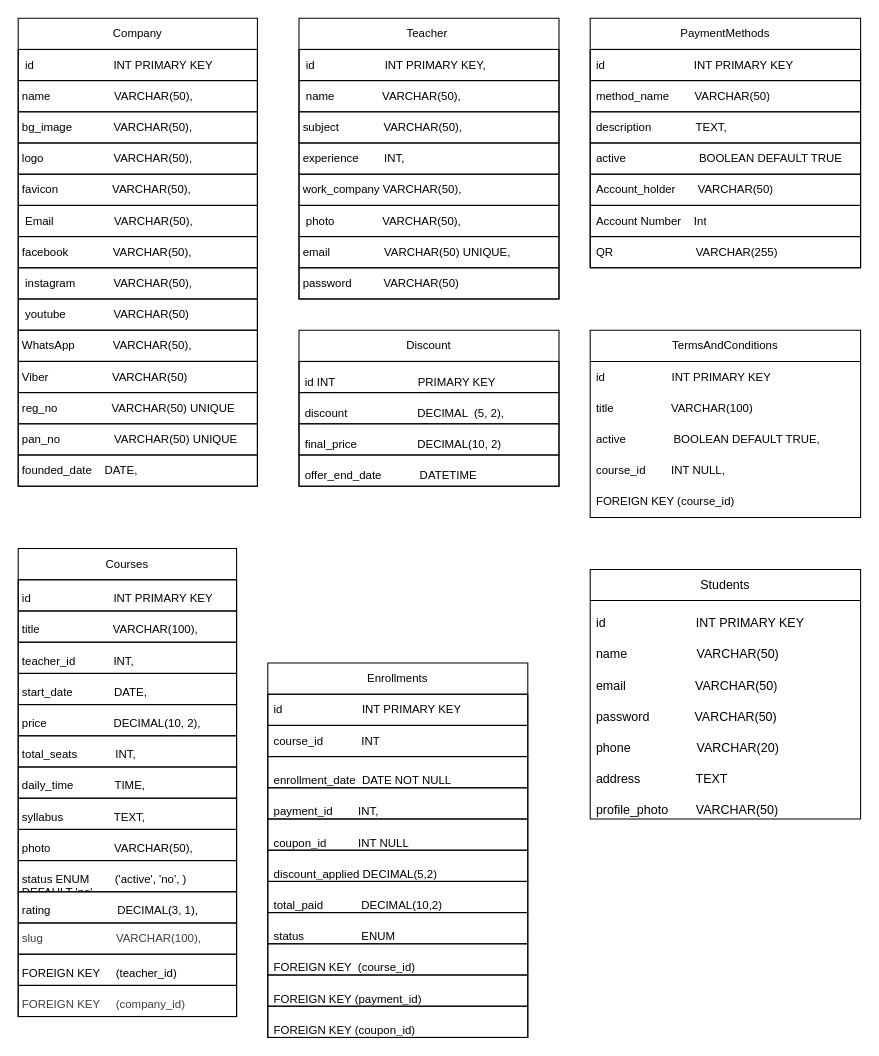
Before: page "Page-1" (1 of 2) of course.drawio in nabaraj999/OnlineCourse, a draw.io diagram. Source tidied: cells renumbered, new cells numbered last; positions are measured from the earlier drawing's top-left corner, leaving out a move shared by most shapes. Both pictures are drawn from the tidied source at 104%, with x=0, y=0 at pixel (18, 18).
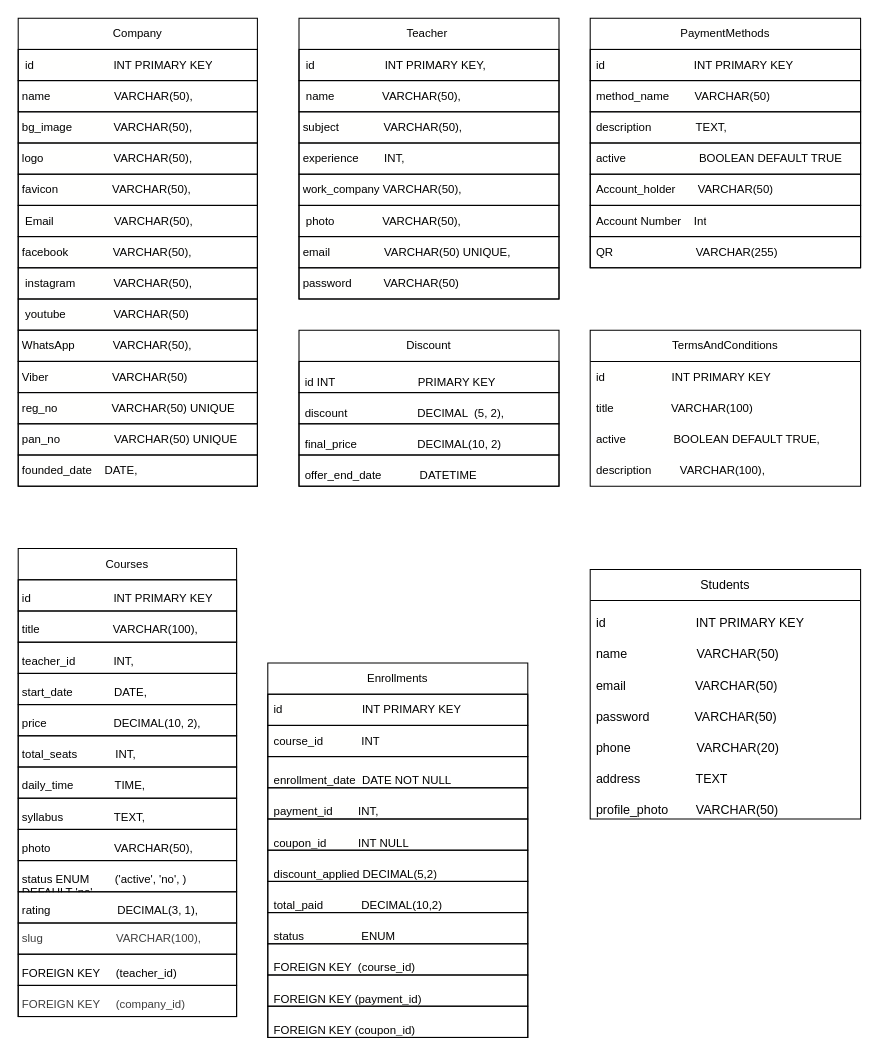
Above is the later version.

What changed in the source:
```diff
@@
     <mxCell id="66" value="&lt;div style=&quot;background-color: rgb(255, 255, 254); font-family: var(--font-ibm-plex-mono), Consolas, 'Courier New', monospace; line-height: 19px; white-space: pre;&quot;&gt;&lt;span style=&quot;&quot;&gt;TermsAndConditions&lt;/span&gt;&lt;/div&gt;" style="swimlane;fontStyle=0;horizontal=1;startSize=30;whiteSpace=wrap;html=1;fontSize=11;fontColor=default;" parent="1" vertex="1">
-      <mxGeometry x="550" y="300" width="260" height="180" as="geometry" />
+      <mxGeometry x="550" y="300" width="260" height="150" as="geometry" />
     </mxCell>
@@
-    <mxCell id="70" value="&lt;div style=&quot;background-color: rgb(255, 255, 254); font-family: var(--font-ibm-plex-mono), Consolas, 'Courier New', monospace; line-height: 19px; white-space: pre;&quot;&gt;&lt;div style=&quot;font-family: var(--font-ibm-plex-mono), Consolas, 'Courier New', monospace; line-height: 19px;&quot;&gt;&lt;div style=&quot;font-family: var(--font-ibm-plex-mono), Consolas, 'Courier New', monospace; line-height: 19px;&quot;&gt;&lt;span style=&quot;&quot;&gt;course_id        &lt;/span&gt;&lt;span style=&quot;&quot;&gt;INT&lt;/span&gt;&lt;span style=&quot;&quot;&gt; &lt;/span&gt;&lt;span style=&quot;&quot;&gt;NULL&lt;/span&gt;&lt;span style=&quot;&quot;&gt;,&lt;/span&gt;&lt;/div&gt;&lt;/div&gt;&lt;/div&gt;" style="text;strokeColor=none;fillColor=none;align=left;verticalAlign=middle;spacingLeft=4;spacingRight=4;overflow=hidden;whiteSpace=wrap;html=1;fontSize=11;fontColor=default;" parent="66" vertex="1">
+    <mxCell id="70" value="&lt;div style=&quot;background-color: rgb(255, 255, 254); font-family: var(--font-ibm-plex-mono), Consolas, 'Courier New', monospace; line-height: 19px; white-space: pre;&quot;&gt;&lt;div style=&quot;font-family: var(--font-ibm-plex-mono), Consolas, 'Courier New', monospace; line-height: 19px;&quot;&gt;&lt;div style=&quot;font-family: var(--font-ibm-plex-mono), Consolas, 'Courier New', monospace; line-height: 19px;&quot;&gt;description         VARCHAR(100),&lt;/div&gt;&lt;/div&gt;&lt;/div&gt;" style="text;strokeColor=none;fillColor=none;align=left;verticalAlign=middle;spacingLeft=4;spacingRight=4;overflow=hidden;whiteSpace=wrap;html=1;fontSize=11;fontColor=default;" parent="66" vertex="1">
       <mxGeometry y="120" width="260" height="30" as="geometry" />
     </mxCell>
-    <mxCell id="71" value="&lt;div style=&quot;background-color: rgb(255, 255, 254); font-family: var(--font-ibm-plex-mono), Consolas, 'Courier New', monospace; line-height: 19px; white-space: pre;&quot;&gt;&lt;div style=&quot;font-family: var(--font-ibm-plex-mono), Consolas, 'Courier New', monospace; line-height: 19px;&quot;&gt;&lt;div style=&quot;font-family: var(--font-ibm-plex-mono), Consolas, 'Courier New', monospace; line-height: 19px;&quot;&gt;&lt;div style=&quot;font-family: var(--font-ibm-plex-mono), Consolas, 'Courier New', monospace; line-height: 19px;&quot;&gt;&lt;span style=&quot;&quot;&gt;FOREIGN&lt;/span&gt;&lt;span style=&quot;&quot;&gt; &lt;/span&gt;&lt;span style=&quot;&quot;&gt;KEY&lt;/span&gt;&lt;span style=&quot;&quot;&gt; (course_id)&lt;/span&gt;&lt;/div&gt;&lt;/div&gt;&lt;/div&gt;&lt;/div&gt;" style="text;strokeColor=none;fillColor=none;align=left;verticalAlign=middle;spacingLeft=4;spacingRight=4;overflow=hidden;whiteSpace=wrap;html=1;fontSize=11;fontColor=default;" parent="66" vertex="1">
-      <mxGeometry y="150" width="260" height="30" as="geometry" />
-    </mxCell>
```
